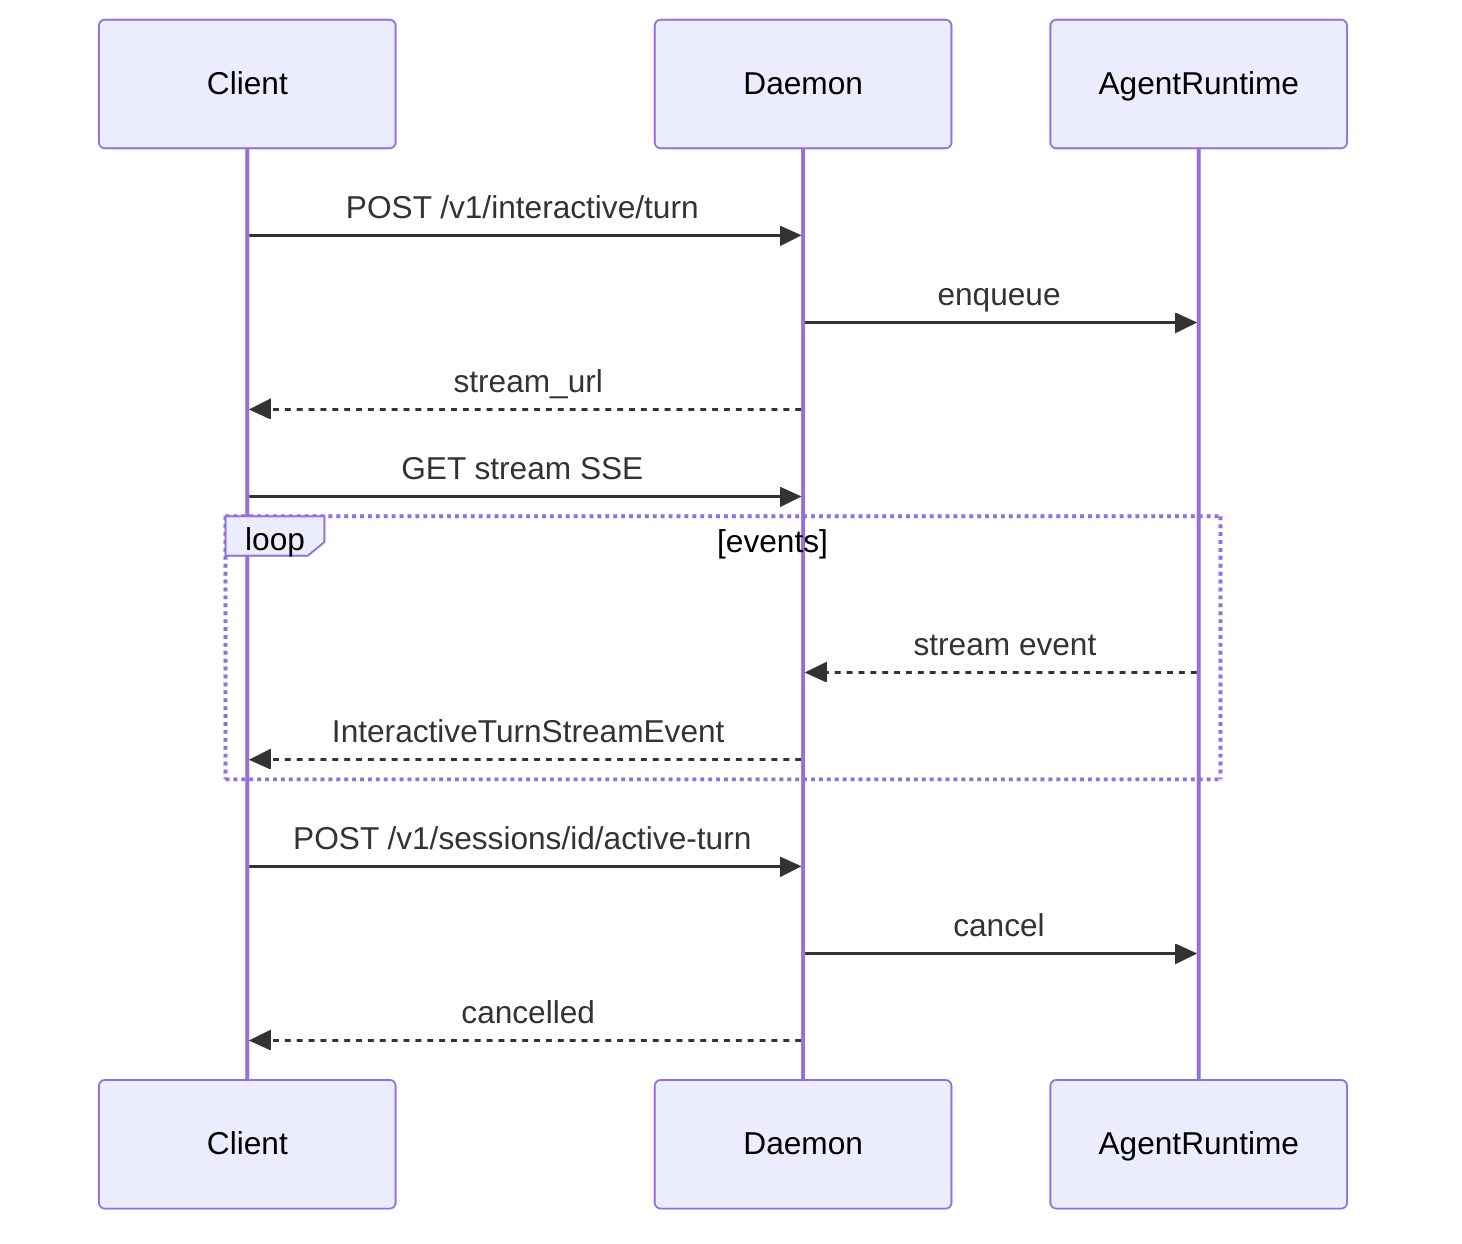
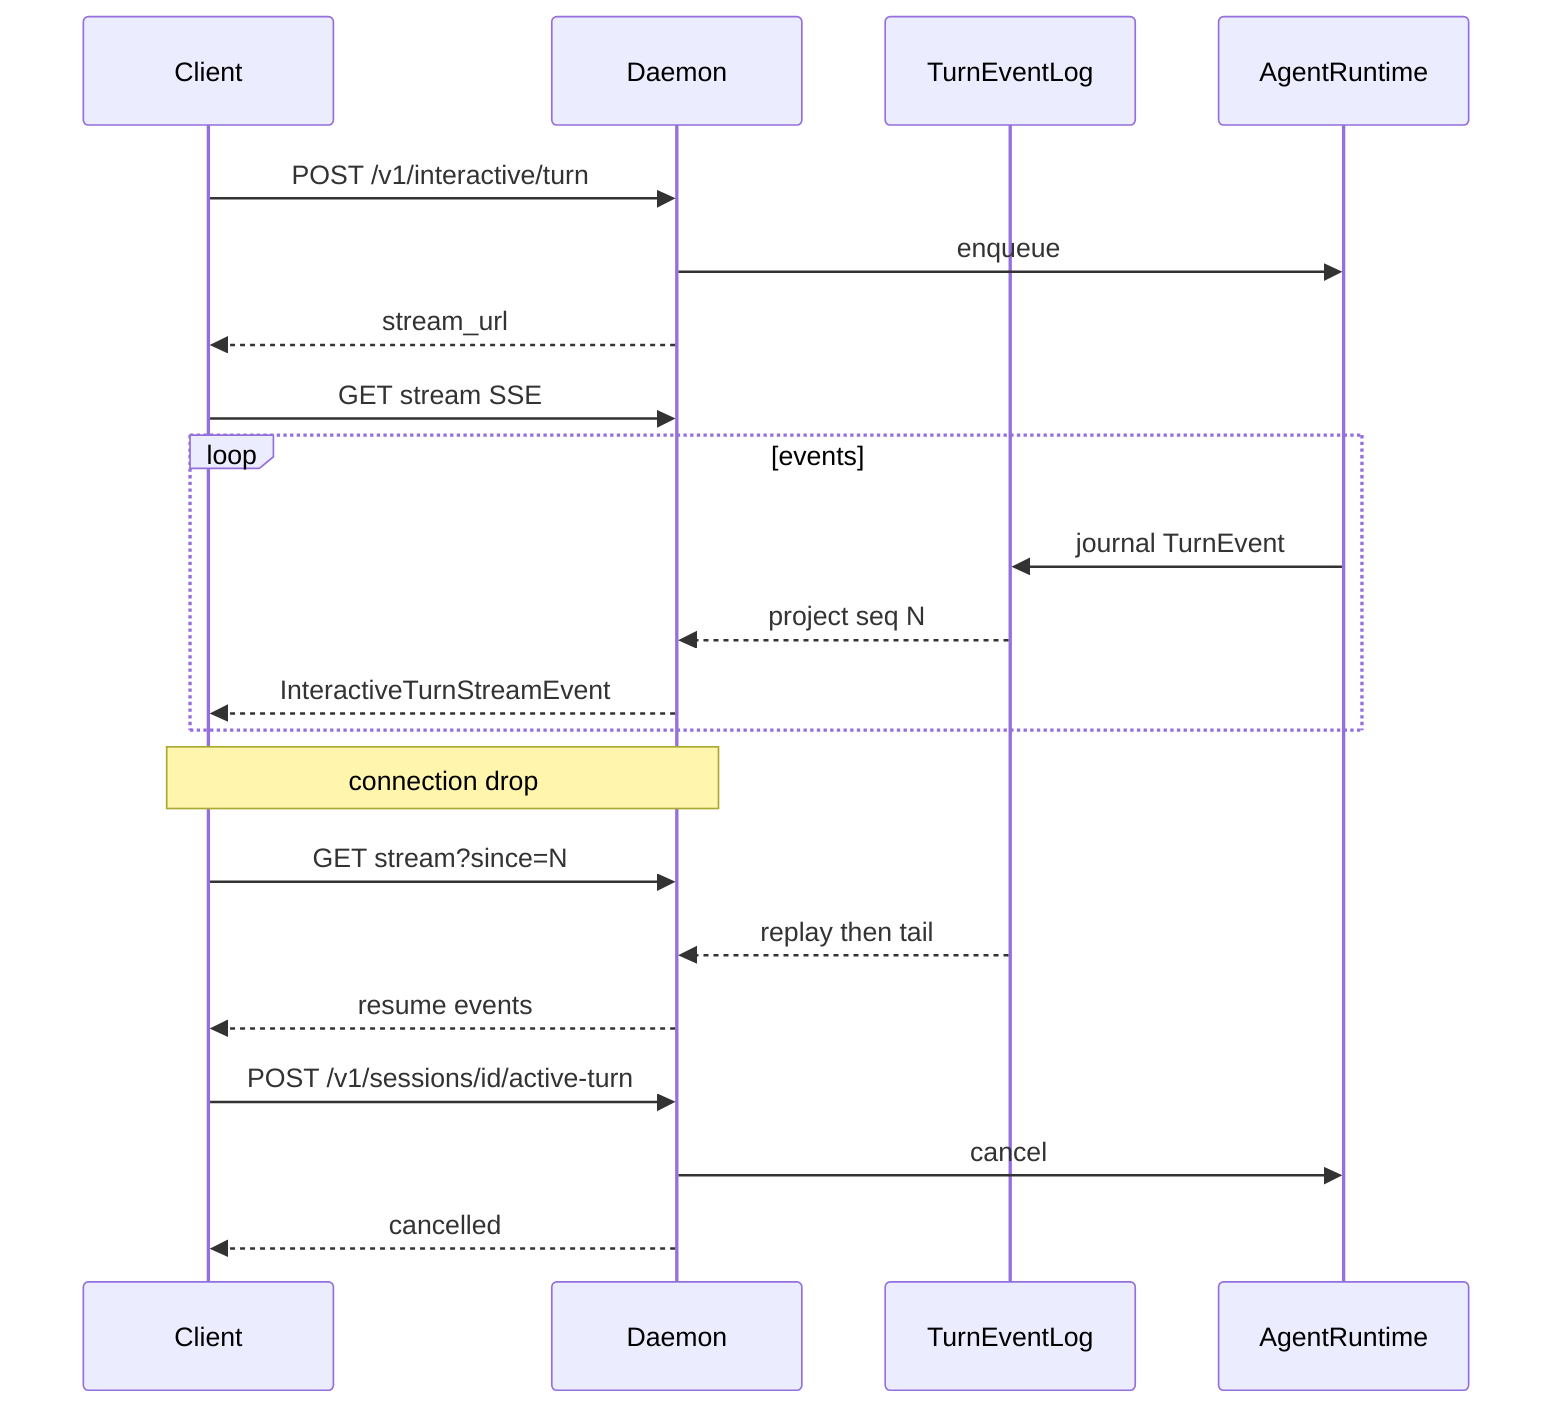
sequenceDiagram
    participant C as Client
    participant D as Daemon
+     participant Spine as TurnEventLog
    participant R as AgentRuntime

    C->>D: POST /v1/interactive/turn
    D->>R: enqueue
    D-->>C: stream_url
    C->>D: GET stream SSE

    loop events
-         R-->>D: stream event
+         R->>Spine: journal TurnEvent
+         Spine-->>D: project seq N
        D-->>C: InteractiveTurnStreamEvent
    end
+ 
+     Note over C,D: connection drop
+     C->>D: GET stream?since=N
+     Spine-->>D: replay then tail
+     D-->>C: resume events

    C->>D: POST /v1/sessions/id/active-turn
    D->>R: cancel
    D-->>C: cancelled
